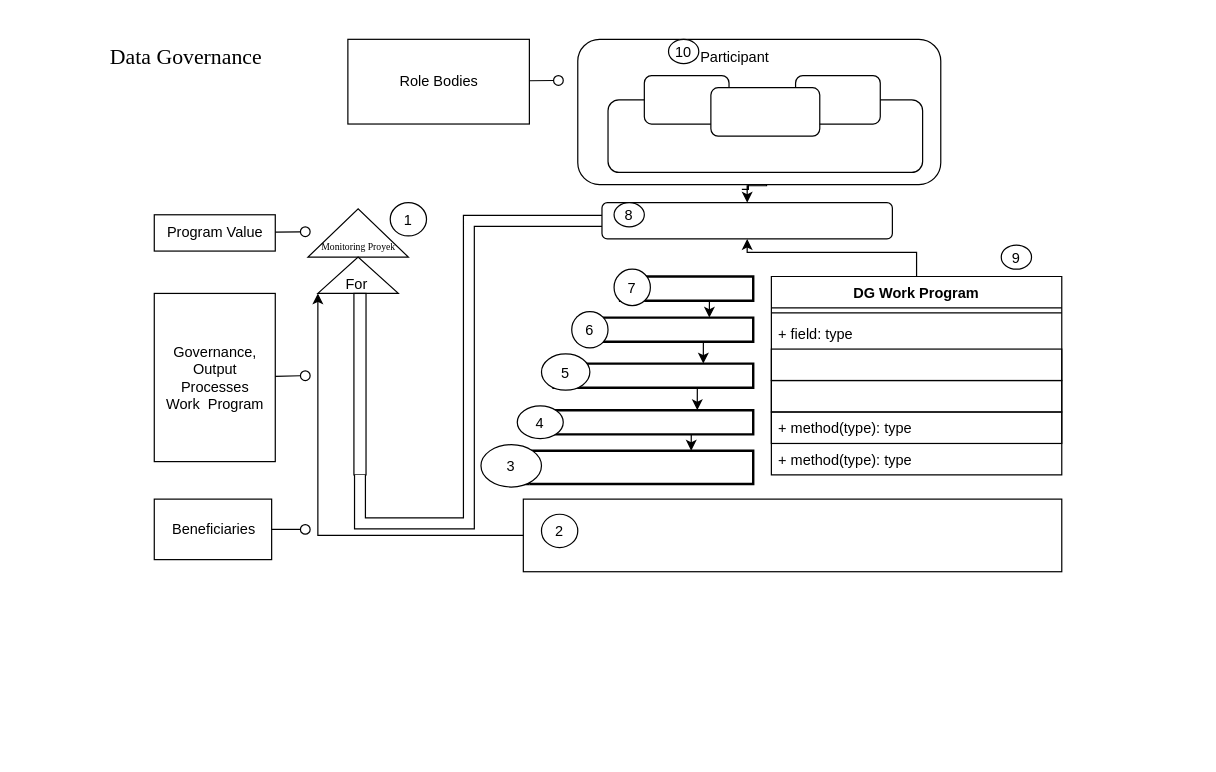
Above: Untitled Diagram.drawio in Tian7877/Hanoi_Tower (draw.io), before the change. Source tidied: cells renumbered, new cells numbered last; positions are measured from the earlier drawing's top-left corner, leaving out a move shared by most shapes. Both pictures are drawn from the tidied source at 121%, with x=0, y=0 at pixel (105, 27).
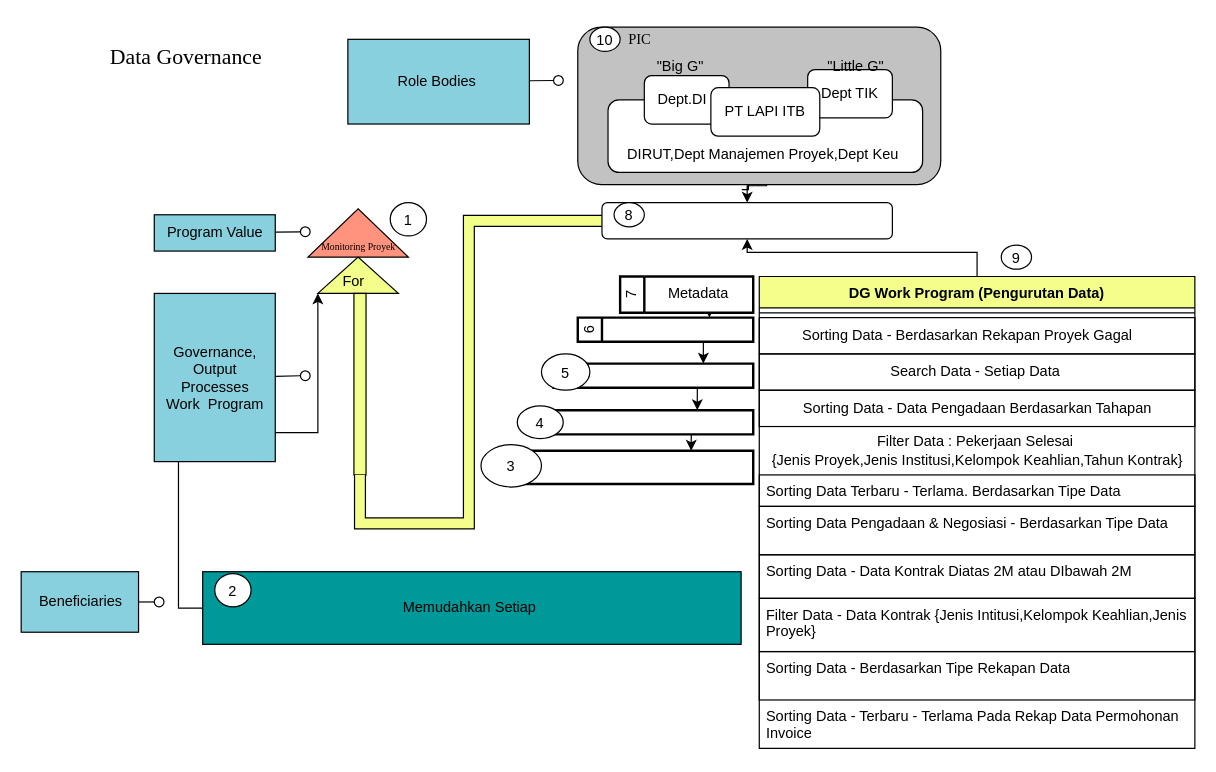
Above is the later version.

Diff of the diagram source:
```diff
@@
-    <mxCell id="3" style="verticalLabelPosition=bottom;verticalAlign=top;html=1;shape=mxgraph.basic.acute_triangle;dx=0.5;" parent="1" vertex="1">
+    <mxCell id="3" style="verticalLabelPosition=bottom;verticalAlign=top;html=1;shape=mxgraph.basic.acute_triangle;dx=0.5;fillColor=#FF937D;" parent="1" vertex="1">
       <mxGeometry x="167" y="150" width="83" height="40" as="geometry" />
     </mxCell>
-    <mxCell id="4" value="&lt;font face=&quot;Times New Roman&quot; style=&quot;font-size: 8px;&quot;&gt;Monitoring Proyek&lt;/font&gt;" style="text;html=1;align=center;verticalAlign=middle;whiteSpace=wrap;rounded=0;" parent="1" vertex="1">
+    <mxCell id="4" value="&lt;font face=&quot;Times New Roman&quot; style=&quot;font-size: 8px;&quot;&gt;Monitoring Proyek&lt;/font&gt;" style="text;html=1;align=center;verticalAlign=middle;whiteSpace=wrap;rounded=0;fillColor=#FF8A66;strokeColor=#000000;" parent="1" vertex="1">
       <mxGeometry x="168.8" y="180" width="79.5" as="geometry" />
     </mxCell>
-    <mxCell id="5" style="verticalLabelPosition=bottom;verticalAlign=top;html=1;shape=mxgraph.basic.acute_triangle;dx=0.5;" parent="1" vertex="1">
+    <mxCell id="5" style="verticalLabelPosition=bottom;verticalAlign=top;html=1;shape=mxgraph.basic.acute_triangle;dx=0.5;fillColor=#F3FF8A;" parent="1" vertex="1">
       <mxGeometry x="175.2" y="190" width="66.5" height="30" as="geometry" />
     </mxCell>
-    <mxCell id="6" style="html=1;points=[[0,0,0,0,5],[0,1,0,0,-5],[1,0,0,0,5],[1,1,0,0,-5]];perimeter=orthogonalPerimeter;outlineConnect=0;targetShapes=umlLifeline;portConstraint=eastwest;newEdgeStyle={&quot;curved&quot;:0,&quot;rounded&quot;:0};" parent="1" vertex="1">
+    <mxCell id="6" style="html=1;points=[[0,0,0,0,5],[0,1,0,0,-5],[1,0,0,0,5],[1,1,0,0,-5]];perimeter=orthogonalPerimeter;outlineConnect=0;targetShapes=umlLifeline;portConstraint=eastwest;newEdgeStyle={&quot;curved&quot;:0,&quot;rounded&quot;:0};fillColor=#F3FF8A;" parent="1" vertex="1">
       <mxGeometry x="205" y="220" width="10" height="150" as="geometry" />
     </mxCell>
-    <mxCell id="7" style="shape=filledEdge;curved=0;rounded=0;fixDash=1;endArrow=none;strokeWidth=10;fillColor=#ffffff;edgeStyle=orthogonalEdgeStyle;html=1;" parent="1" edge="1" source="6">
+    <mxCell id="7" style="shape=filledEdge;curved=0;rounded=0;fixDash=1;endArrow=none;strokeWidth=10;fillColor=#F3FF8A;edgeStyle=orthogonalEdgeStyle;html=1;" parent="1" edge="1" source="6">
       <mxGeometry relative="1" as="geometry">
         <mxPoint x="410" y="160" as="targetPoint" />
         <Array as="points">
           <mxPoint x="210" y="410" />
           <mxPoint x="300" y="410" />
           <mxPoint x="300" y="160" />
         </Array>
       </mxGeometry>
     </mxCell>
@@
-    <mxCell id="10" style="rounded=1;whiteSpace=wrap;html=1;" parent="1" vertex="1">
-      <mxGeometry x="390" y="10" width="300" height="120" as="geometry" />
+    <mxCell id="10" style="rounded=1;whiteSpace=wrap;html=1;fillColor=#C2C2C2;" parent="1" vertex="1">
+      <mxGeometry x="390" width="300" height="130" as="geometry" />
     </mxCell>
@@
-    <mxCell id="12" style="rounded=1;whiteSpace=wrap;html=1;" parent="1" vertex="1">
+    <mxCell id="12" value="&lt;div&gt;&lt;br&gt;&lt;/div&gt;&lt;div&gt;&lt;br&gt;&lt;/div&gt;&lt;div&gt;DIRUT,Dept Manajemen Proyek,Dept Keu&amp;nbsp;&lt;/div&gt;" style="rounded=1;whiteSpace=wrap;html=1;" parent="1" vertex="1">
       <mxGeometry x="415" y="60" width="260" height="60" as="geometry" />
     </mxCell>
-    <mxCell id="13" style="rounded=1;whiteSpace=wrap;html=1;" parent="1" vertex="1">
+    <mxCell id="13" value="Dept.DI&amp;nbsp;&amp;nbsp;" style="rounded=1;whiteSpace=wrap;html=1;" parent="1" vertex="1">
       <mxGeometry x="445" y="40" width="70" height="40" as="geometry" />
     </mxCell>
-    <mxCell id="14" style="rounded=1;whiteSpace=wrap;html=1;" parent="1" vertex="1">
-      <mxGeometry x="570" y="40" width="70" height="40" as="geometry" />
+    <mxCell id="14" value="Dept TIK" style="rounded=1;whiteSpace=wrap;html=1;" parent="1" vertex="1">
+      <mxGeometry x="580" y="35" width="70" height="40" as="geometry" />
     </mxCell>
-    <mxCell id="15" style="rounded=1;whiteSpace=wrap;html=1;" parent="1" vertex="1">
+    <mxCell id="15" value="PT LAPI ITB" style="rounded=1;whiteSpace=wrap;html=1;" parent="1" vertex="1">
       <mxGeometry x="500" y="50" width="90" height="40" as="geometry" />
     </mxCell>
@@
-    <mxCell id="17" value="DG Work Program" style="swimlane;fontStyle=1;align=center;verticalAlign=top;horizontal=1;startSize=26;whiteSpace=wrap;html=1;" parent="1" vertex="1">
-      <mxGeometry x="550" y="206" width="240" height="164" as="geometry" />
+    <mxCell id="17" value="DG Work Program (Pengurutan Data)" style="swimlane;fontStyle=1;align=center;verticalAlign=top;horizontal=1;startSize=26;whiteSpace=wrap;html=1;fillColor=#F3FF8A;" parent="1" vertex="1">
+      <mxGeometry x="540" y="206" width="360" height="390" as="geometry" />
     </mxCell>
-    <mxCell id="18" style="line;strokeWidth=1;fillColor=none;align=left;verticalAlign=middle;spacingTop=-1;spacingLeft=3;spacingRight=3;labelPosition=right;strokeColor=inherit;" parent="17" vertex="1">
-      <mxGeometry y="26" width="240" height="8" as="geometry" />
-    </mxCell>
-    <mxCell id="19" value="+ field: type" style="text;strokeColor=none;fillColor=none;align=left;verticalAlign=top;spacingLeft=4;spacingRight=4;overflow=hidden;whiteSpace=wrap;html=1;" parent="17" vertex="1">
-      <mxGeometry y="34" width="240" height="26" as="geometry" />
-    </mxCell>
+    <mxCell id="59" style="line;strokeWidth=1;fillColor=none;align=left;verticalAlign=middle;spacingTop=-1;spacingLeft=3;spacingRight=3;labelPosition=right;strokeColor=inherit;" parent="17" vertex="1">
+      <mxGeometry y="26" width="360" height="8" as="geometry" />
+    </mxCell>
+    <mxCell id="60" value="Sorting Data - Berdasarkan Rekapan Proyek Gagal&amp;nbsp; &amp;nbsp; &amp;nbsp;" style="text;html=1;align=center;verticalAlign=middle;strokeColor=default;fillColor=none;" parent="17" vertex="1">
+      <mxGeometry y="34" width="360" height="30" as="geometry" />
+    </mxCell>
+    <mxCell id="61" value="Search Data - Setiap Data&amp;nbsp;" style="text;html=1;align=center;verticalAlign=middle;strokeColor=default;fillColor=none;" parent="17" vertex="1">
+      <mxGeometry y="64" width="360" height="30" as="geometry" />
+    </mxCell>
+    <mxCell id="62" value="Sorting Data - Data Pengadaan Berdasarkan Tahapan" style="text;html=1;align=center;verticalAlign=middle;strokeColor=default;fillColor=none;" parent="17" vertex="1">
+      <mxGeometry y="94" width="360" height="30" as="geometry" />
+    </mxCell>
+    <mxCell id="63" value="Filter Data : Pekerjaan Selesai&amp;nbsp;&lt;div&gt;{Jenis Proyek,Jenis Institusi,Kelompok Keahlian,Tahun Kontrak}&lt;/div&gt;" style="text;html=1;align=center;verticalAlign=middle;strokeColor=none;fillColor=none;" parent="17" vertex="1">
+      <mxGeometry y="124" width="360" height="40" as="geometry" />
+    </mxCell>
-    <mxCell id="20" style="text;strokeColor=default;fillColor=none;align=left;verticalAlign=top;spacingLeft=4;spacingRight=4;overflow=hidden;whiteSpace=wrap;html=1;strokeWidth=1;" parent="17" vertex="1">
-      <mxGeometry y="60" width="240" height="26" as="geometry" />
+    <mxCell id="20" value="Sorting Data Terbaru - Terlama. Berdasarkan Tipe Data&amp;nbsp;" style="text;strokeColor=default;fillColor=none;align=left;verticalAlign=top;spacingLeft=4;spacingRight=4;overflow=hidden;whiteSpace=wrap;html=1;strokeWidth=1;" parent="17" vertex="1">
+      <mxGeometry y="164" width="360" height="26" as="geometry" />
     </mxCell>
-    <mxCell id="21" style="text;align=left;verticalAlign=top;spacingLeft=4;spacingRight=4;overflow=hidden;whiteSpace=wrap;html=1;strokeWidth=1;strokeColor=default;" parent="17" vertex="1">
-      <mxGeometry y="86" width="240" height="26" as="geometry" />
+    <mxCell id="21" value="Sorting Data Pengadaan &amp;amp; Negosiasi - Berdasarkan Tipe Data&amp;nbsp;" style="text;align=left;verticalAlign=top;spacingLeft=4;spacingRight=4;overflow=hidden;whiteSpace=wrap;html=1;strokeWidth=1;strokeColor=default;" parent="17" vertex="1">
+      <mxGeometry y="190" width="360" height="40" as="geometry" />
     </mxCell>
-    <mxCell id="22" value="+ method(type): type" style="text;strokeColor=default;fillColor=none;align=left;verticalAlign=top;spacingLeft=4;spacingRight=4;overflow=hidden;whiteSpace=wrap;html=1;strokeWidth=1;" parent="17" vertex="1">
-      <mxGeometry y="112" width="240" height="26" as="geometry" />
+    <mxCell id="22" value="Sorting Data - Data Kontrak Diatas 2M atau DIbawah 2M" style="text;strokeColor=default;fillColor=none;align=left;verticalAlign=top;spacingLeft=4;spacingRight=4;overflow=hidden;whiteSpace=wrap;html=1;strokeWidth=1;" parent="17" vertex="1">
+      <mxGeometry y="230" width="360" height="36" as="geometry" />
     </mxCell>
+    <mxCell id="64" value="Filter Data - Data Kontrak {Jenis Intitusi,Kelompok Keahlian,Jenis Proyek}" style="text;strokeColor=default;fillColor=none;align=left;verticalAlign=top;spacingLeft=4;spacingRight=4;overflow=hidden;whiteSpace=wrap;html=1;strokeWidth=1;" parent="17" vertex="1">
+      <mxGeometry y="266" width="360" height="44" as="geometry" />
+    </mxCell>
+    <mxCell id="65" value="Sorting Data - Berdasarkan Tipe Rekapan Data" style="text;strokeColor=default;fillColor=none;align=left;verticalAlign=top;spacingLeft=4;spacingRight=4;overflow=hidden;whiteSpace=wrap;html=1;strokeWidth=1;" parent="17" vertex="1">
+      <mxGeometry y="310" width="360" height="40" as="geometry" />
+    </mxCell>
-    <mxCell id="23" value="+ method(type): type" style="text;strokeColor=none;fillColor=none;align=left;verticalAlign=top;spacingLeft=4;spacingRight=4;overflow=hidden;whiteSpace=wrap;html=1;strokeWidth=1;" parent="17" vertex="1">
-      <mxGeometry y="138" width="240" height="26" as="geometry" />
+    <mxCell id="23" value="Sorting Data - Terbaru - Terlama Pada Rekap Data Permohonan Invoice&amp;nbsp;" style="text;strokeColor=none;fillColor=none;align=left;verticalAlign=top;spacingLeft=4;spacingRight=4;overflow=hidden;whiteSpace=wrap;html=1;strokeWidth=1;" parent="17" vertex="1">
+      <mxGeometry y="350" width="360" height="40" as="geometry" />
     </mxCell>
@@
-    <mxCell id="25" style="swimlane;html=1;startSize=20;fontStyle=0;horizontal=0;swimlaneLine=1;swimlaneFillColor=#ffffff;strokeWidth=2;whiteSpace=wrap;" parent="1" vertex="1">
-      <mxGeometry x="425" y="206" width="110" height="20" as="geometry" />
+    <mxCell id="25" value="7" style="swimlane;html=1;startSize=20;fontStyle=0;horizontal=0;swimlaneLine=1;swimlaneFillColor=#ffffff;strokeWidth=2;whiteSpace=wrap;" parent="1" vertex="1">
+      <mxGeometry x="425" y="206" width="110" height="30" as="geometry" />
     </mxCell>
-    <mxCell id="26" value="7" style="ellipse;" parent="25" vertex="1">
-      <mxGeometry x="-5" y="-6" width="30" height="30" as="geometry" />
-    </mxCell>
+    <mxCell id="66" value="Metadata" style="text;html=1;align=center;verticalAlign=middle;whiteSpace=wrap;rounded=0;" parent="25" vertex="1">
+      <mxGeometry x="35" y="-1" width="60" height="30" as="geometry" />
+    </mxCell>
@@
-    <mxCell id="28" style="swimlane;html=1;startSize=20;fontStyle=0;horizontal=0;swimlaneLine=1;swimlaneFillColor=#ffffff;strokeWidth=2;whiteSpace=wrap;" parent="1" vertex="1">
+    <mxCell id="28" value="6" style="swimlane;html=1;startSize=20;fontStyle=0;horizontal=0;swimlaneLine=1;swimlaneFillColor=#ffffff;strokeWidth=2;whiteSpace=wrap;" parent="1" vertex="1">
       <mxGeometry x="390" y="240" width="145" height="20" as="geometry" />
     </mxCell>
@@
-    <mxCell id="34" style="rounded=0;whiteSpace=wrap;html=1;" parent="1" vertex="1">
-      <mxGeometry x="345" y="390" width="445" height="60" as="geometry" />
+    <mxCell id="34" value="Memudahkan Setiap&amp;nbsp;" style="rounded=0;whiteSpace=wrap;html=1;fillColor=#009999;" parent="1" vertex="1">
+      <mxGeometry x="80" y="450" width="445" height="60" as="geometry" />
     </mxCell>
@@
     <mxCell id="36" value="For" style="text;html=1;align=center;verticalAlign=middle;whiteSpace=wrap;rounded=0;" parent="1" vertex="1">
-      <mxGeometry x="180" y="200" width="55" height="26" as="geometry" />
+      <mxGeometry x="180" y="200" width="50" height="20" as="geometry" />
     </mxCell>
-    <mxCell id="37" value="Program Value" style="html=1;rounded=0;" parent="1" vertex="1">
+    <mxCell id="37" value="Program Value" style="html=1;rounded=0;fillColor=#89D0DE;" parent="1" vertex="1">
       <mxGeometry x="40" y="155" width="100" height="30" as="geometry" />
     </mxCell>
@@
-    <mxCell id="40" value="Governance,&lt;br&gt;Output&lt;br&gt;Processes&lt;br&gt;Work&amp;nbsp; Program" style="html=1;rounded=0;" parent="1" vertex="1">
+    <mxCell id="40" value="Governance,&lt;br&gt;Output&lt;br&gt;Processes&lt;br&gt;Work&amp;nbsp; Program" style="html=1;rounded=0;fillColor=#89D0DE;" parent="1" vertex="1">
       <mxGeometry x="40" y="220" width="100" height="139" as="geometry" />
     </mxCell>
@@
-    <mxCell id="43" value="Beneficiaries" style="html=1;rounded=0;" parent="1" vertex="1">
-      <mxGeometry x="40" y="390" width="97" height="50" as="geometry" />
+    <mxCell id="43" value="Beneficiaries" style="html=1;rounded=0;fillColor=#89D0DE;" parent="1" vertex="1">
+      <mxGeometry x="-70" y="450" width="97" height="50" as="geometry" />
     </mxCell>
@@
     <mxCell id="45" style="ellipse;html=1;fontSize=11;align=center;fillColor=none;points=[];verticalAlign=bottom;labelPosition=center;verticalLabelPosition=top;flipH=1;" parent="1" vertex="1">
-      <mxGeometry x="160.8" y="411" width="8" height="8" as="geometry" />
+      <mxGeometry x="40" y="471" width="8" height="8" as="geometry" />
     </mxCell>
-    <mxCell id="46" value="Role Bodies" style="html=1;rounded=0;" parent="1" vertex="1">
+    <mxCell id="46" value="Role Bodies&amp;nbsp;" style="html=1;rounded=0;fillColor=#89D0DE;" parent="1" vertex="1">
       <mxGeometry x="200" y="10" width="150" height="70" as="geometry" />
     </mxCell>
@@
     <mxCell id="49" value="10" style="ellipse;" parent="1" vertex="1">
-      <mxGeometry x="465" y="10" width="25" height="20" as="geometry" />
+      <mxGeometry x="400" width="25" height="20" as="geometry" />
     </mxCell>
@@
-    <mxCell id="52" value="6" style="ellipse;" parent="1" vertex="1">
-      <mxGeometry x="385" y="235" width="30" height="30" as="geometry" />
-    </mxCell>
@@
     <mxCell id="56" value="2" style="ellipse;" parent="1" vertex="1">
-      <mxGeometry x="360" y="402.5" width="30" height="27.5" as="geometry" />
+      <mxGeometry x="90" y="451.5" width="30" height="27.5" as="geometry" />
     </mxCell>
@@
-    <mxCell id="58" value="Participant" style="text;html=1;align=center;verticalAlign=middle;whiteSpace=wrap;rounded=0;" parent="1" vertex="1">
-      <mxGeometry x="490" y="10" width="60" height="30" as="geometry" />
+    <mxCell id="58" value="&lt;font face=&quot;Times New Roman&quot;&gt;PIC&amp;nbsp;&lt;/font&gt;" style="text;html=1;align=center;verticalAlign=middle;whiteSpace=wrap;rounded=0;" parent="1" vertex="1">
+      <mxGeometry x="412.5" y="-5" width="60" height="30" as="geometry" />
     </mxCell>
+    <mxCell id="67" value="&quot;Big G&quot;" style="text;html=1;align=center;verticalAlign=middle;whiteSpace=wrap;rounded=0;" parent="1" vertex="1">
+      <mxGeometry x="445" y="18" width="60" height="30" as="geometry" />
+    </mxCell>
+    <mxCell id="68" value="&quot;Little G&quot;" style="text;html=1;align=center;verticalAlign=middle;whiteSpace=wrap;rounded=0;" parent="1" vertex="1">
+      <mxGeometry x="590" y="18" width="60" height="30" as="geometry" />
+    </mxCell>
```
